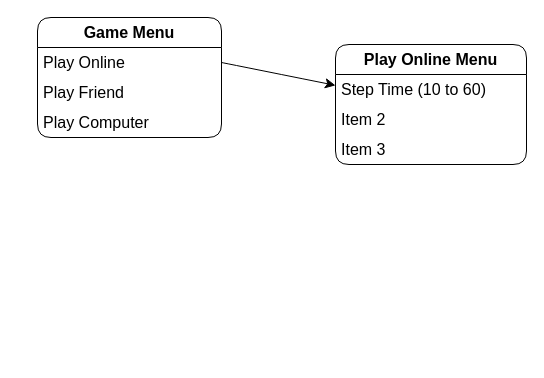
Above: FoldersGambit.drawio in sonusario/Folders-Gambit (draw.io), before the change. Source tidied: cells renumbered, new cells numbered last; positions are measured from the earlier drawing's top-left corner, leaving out a move shared by most shapes. Both pictures are drawn from the tidied source at 100%, with x=0, y=0 at pixel (37, 17).
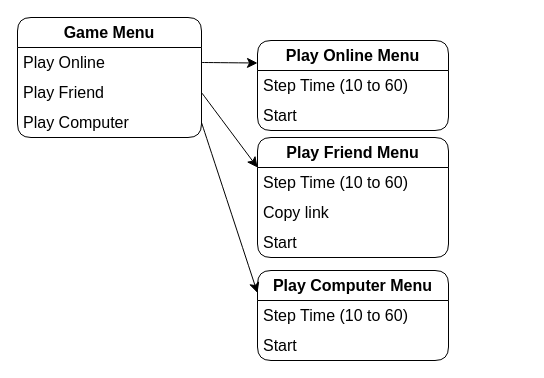
After the change.

Change to the diagram source:
```diff
@@
 <mxGraphModel>
   <root>
     <mxCell id="0" />
     <mxCell id="1" parent="0" />
     <mxCell id="2" value="&lt;b&gt;Game Menu&lt;/b&gt;" style="swimlane;fontStyle=0;horizontal=1;startSize=30;whiteSpace=wrap;html=1;fontSize=16;rounded=1;" parent="1" vertex="1">
-      <mxGeometry width="184" height="120" as="geometry" />
+      <mxGeometry x="-20" width="184" height="120" as="geometry" />
     </mxCell>
     <mxCell id="3" value="Play Online" style="text;align=left;verticalAlign=middle;spacingLeft=4;spacingRight=4;overflow=hidden;points=[[0,0.5],[1,0.5]];portConstraint=eastwest;whiteSpace=wrap;html=1;fontSize=16;rounded=1;" parent="2" vertex="1">
       <mxGeometry y="30" width="184" height="30" as="geometry" />
     </mxCell>
     <mxCell id="4" value="Play Friend" style="text;strokeColor=none;fillColor=none;align=left;verticalAlign=middle;spacingLeft=4;spacingRight=4;overflow=hidden;points=[[0,0.5],[1,0.5]];portConstraint=eastwest;whiteSpace=wrap;html=1;fontSize=16;rounded=1;" parent="2" vertex="1">
       <mxGeometry y="60" width="184" height="30" as="geometry" />
     </mxCell>
     <mxCell id="5" value="Play Computer" style="text;strokeColor=none;fillColor=none;align=left;verticalAlign=middle;spacingLeft=4;spacingRight=4;overflow=hidden;points=[[0,0.5],[1,0.5]];portConstraint=eastwest;whiteSpace=wrap;html=1;fontSize=16;rounded=1;" parent="2" vertex="1">
       <mxGeometry y="90" width="184" height="30" as="geometry" />
     </mxCell>
     <mxCell id="6" value="&lt;b&gt;Play Online Menu&lt;/b&gt;" style="swimlane;fontStyle=0;horizontal=1;startSize=30;whiteSpace=wrap;html=1;rounded=1;fontSize=16;fillColor=default;" parent="1" vertex="1">
-      <mxGeometry x="298" y="27" width="191" height="120" as="geometry" />
+      <mxGeometry x="220" y="23" width="191" height="90" as="geometry" />
     </mxCell>
     <mxCell id="7" value="Step Time (10 to 60)" style="text;strokeColor=none;fillColor=none;align=left;verticalAlign=middle;spacingLeft=4;spacingRight=4;overflow=hidden;whiteSpace=wrap;html=1;fontSize=16;" parent="6" vertex="1">
       <mxGeometry y="30" width="191" height="30" as="geometry" />
     </mxCell>
-    <mxCell id="8" value="Item 2" style="text;strokeColor=none;fillColor=none;align=left;verticalAlign=middle;spacingLeft=4;spacingRight=4;overflow=hidden;whiteSpace=wrap;html=1;fontSize=16;" parent="6" vertex="1">
-      <mxGeometry y="60" width="191" height="30" as="geometry" />
-    </mxCell>
-    <mxCell id="9" value="Item 3" style="text;strokeColor=none;fillColor=none;align=left;verticalAlign=middle;spacingLeft=4;spacingRight=4;overflow=hidden;whiteSpace=wrap;html=1;fontSize=16;" parent="6" vertex="1">
-      <mxGeometry y="90" width="191" height="30" as="geometry" />
+    <mxCell id="9" value="Start" style="text;strokeColor=none;fillColor=none;align=left;verticalAlign=middle;spacingLeft=4;spacingRight=4;overflow=hidden;whiteSpace=wrap;html=1;fontSize=16;" parent="6" vertex="1">
+      <mxGeometry y="60" width="191" height="30" as="geometry" />
     </mxCell>
-    <mxCell id="10" style="edgeStyle=none;curved=1;rounded=1;jettySize=auto;html=1;exitX=1;exitY=0.5;exitDx=0;exitDy=0;fontSize=12;startSize=8;endSize=8;" parent="1" edge="1" source="3" target="6">
+    <mxCell id="10" style="edgeStyle=none;curved=1;rounded=0;jettySize=auto;html=1;exitX=1;exitY=0.5;exitDx=0;exitDy=0;entryX=0;entryY=0.25;entryDx=0;entryDy=0;fontSize=12;startSize=8;endSize=8;" parent="1" edge="1" source="3" target="6">
       <mxGeometry relative="1" as="geometry" />
     </mxCell>
+    <mxCell id="11" value="&lt;b&gt;Play Friend Menu&lt;/b&gt;" style="swimlane;fontStyle=0;horizontal=1;startSize=30;whiteSpace=wrap;html=1;rounded=1;fontSize=16;fillColor=default;" parent="1" vertex="1">
+      <mxGeometry x="220" y="120" width="191" height="120" as="geometry" />
+    </mxCell>
+    <mxCell id="12" value="Step Time (10 to 60)" style="text;strokeColor=none;fillColor=none;align=left;verticalAlign=middle;spacingLeft=4;spacingRight=4;overflow=hidden;whiteSpace=wrap;html=1;fontSize=16;" parent="11" vertex="1">
+      <mxGeometry y="30" width="191" height="30" as="geometry" />
+    </mxCell>
+    <mxCell id="13" value="Copy link" style="text;strokeColor=none;fillColor=none;align=left;verticalAlign=middle;spacingLeft=4;spacingRight=4;overflow=hidden;whiteSpace=wrap;html=1;fontSize=16;" parent="11" vertex="1">
+      <mxGeometry y="60" width="191" height="30" as="geometry" />
+    </mxCell>
+    <mxCell id="14" value="Start" style="text;strokeColor=none;fillColor=none;align=left;verticalAlign=middle;spacingLeft=4;spacingRight=4;overflow=hidden;whiteSpace=wrap;html=1;fontSize=16;" parent="11" vertex="1">
+      <mxGeometry y="90" width="191" height="30" as="geometry" />
+    </mxCell>
+    <mxCell id="15" value="&lt;b&gt;Play Computer Menu&lt;/b&gt;" style="swimlane;fontStyle=0;horizontal=1;startSize=30;whiteSpace=wrap;html=1;rounded=1;fontSize=16;fillColor=default;" parent="1" vertex="1">
+      <mxGeometry x="220" y="253" width="191" height="90" as="geometry" />
+    </mxCell>
+    <mxCell id="16" value="Step Time (10 to 60)" style="text;strokeColor=none;fillColor=none;align=left;verticalAlign=middle;spacingLeft=4;spacingRight=4;overflow=hidden;whiteSpace=wrap;html=1;fontSize=16;" parent="15" vertex="1">
+      <mxGeometry y="30" width="191" height="30" as="geometry" />
+    </mxCell>
+    <mxCell id="17" value="Start" style="text;strokeColor=none;fillColor=none;align=left;verticalAlign=middle;spacingLeft=4;spacingRight=4;overflow=hidden;whiteSpace=wrap;html=1;fontSize=16;" parent="15" vertex="1">
+      <mxGeometry y="60" width="191" height="30" as="geometry" />
+    </mxCell>
+    <mxCell id="18" style="edgeStyle=none;curved=1;rounded=0;jettySize=auto;html=1;exitX=1;exitY=0.5;exitDx=0;exitDy=0;entryX=0;entryY=0.25;entryDx=0;entryDy=0;fontSize=12;startSize=8;endSize=8;" parent="1" edge="1" source="4" target="11">
+      <mxGeometry relative="1" as="geometry" />
+    </mxCell>
+    <mxCell id="19" style="edgeStyle=none;curved=1;rounded=0;jettySize=auto;html=1;exitX=1;exitY=0.5;exitDx=0;exitDy=0;entryX=0;entryY=0.25;entryDx=0;entryDy=0;fontSize=12;startSize=8;endSize=8;" parent="1" edge="1" source="5" target="15">
+      <mxGeometry relative="1" as="geometry" />
+    </mxCell>
   </root>
 </mxGraphModel>
```
